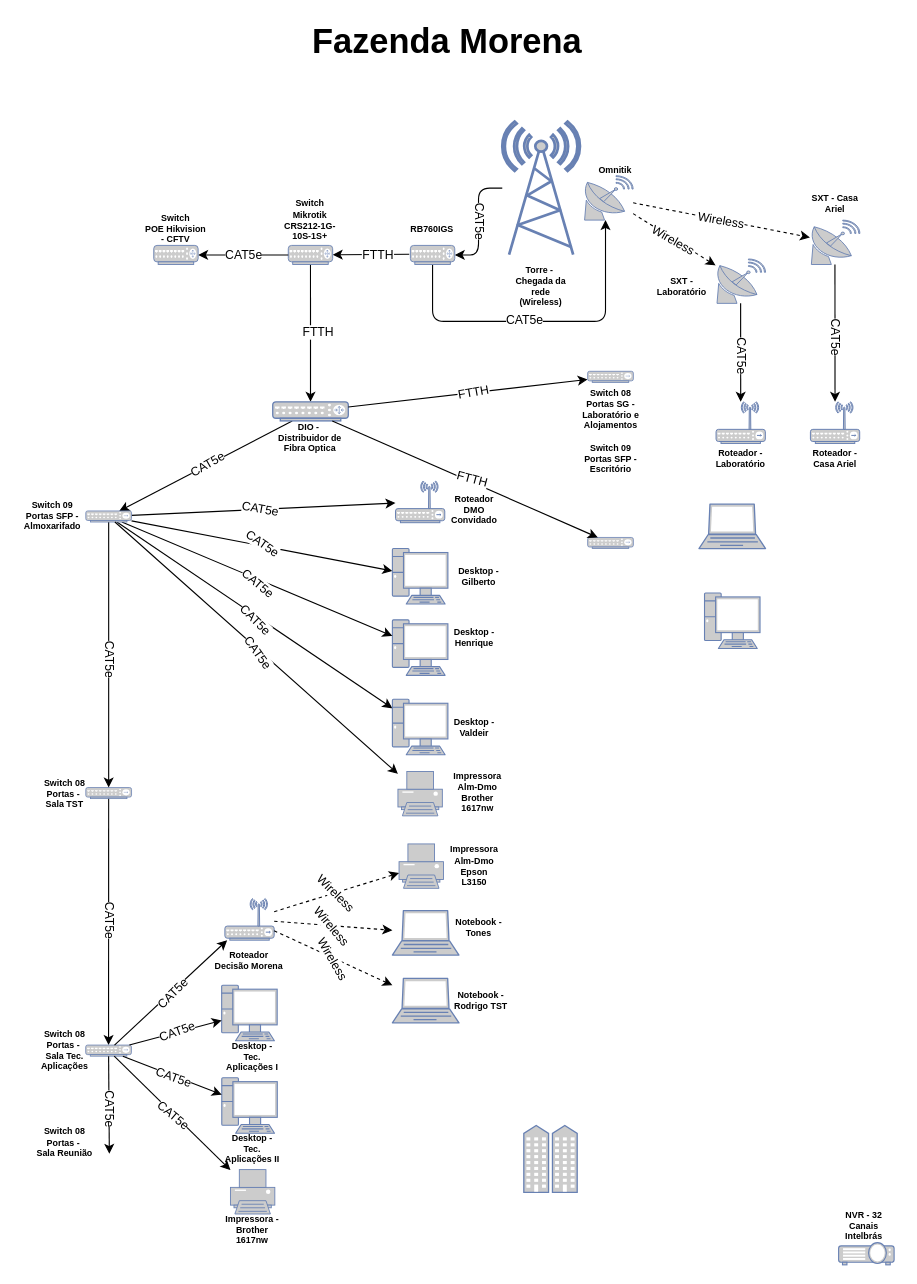
This is Diagrama Rede Morena.drawio from AlbertoPontes/Fluxogramas, a draw.io file, before an edit. Source tidied: cells renumbered, new cells numbered last; positions are measured from the earlier drawing's top-left corner, leaving out a move shared by most shapes. Both pictures are drawn from the tidied source at 111%, with x=0, y=0 at pixel (19, 19).
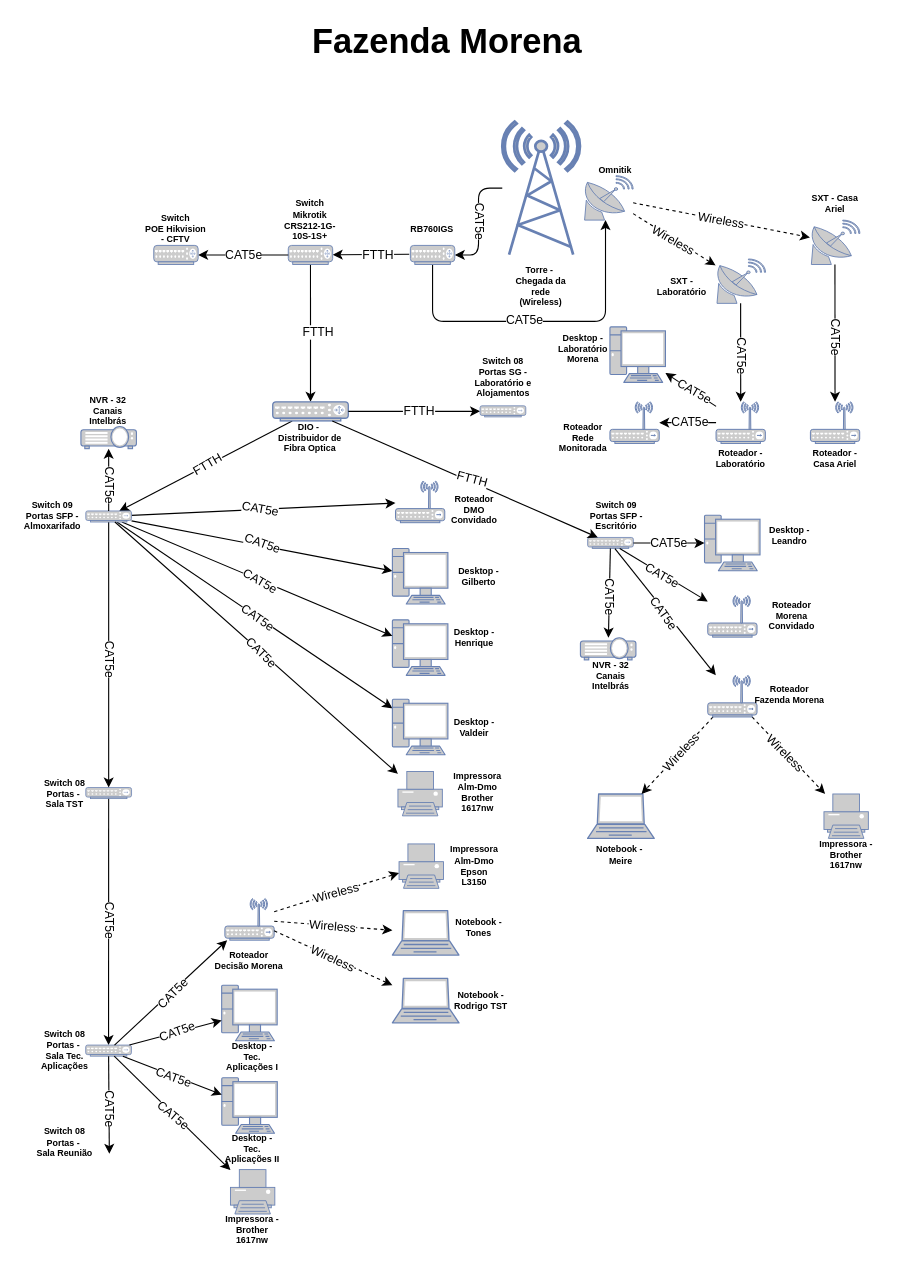
The same diagram, later.

The change refers to these unchanged cells:
```xml
<mxCell id="14" style="endArrow=classic;html=1;rounded=1;" parent="1" edge="1" source="62" target="59">
  <mxGeometry relative="1" as="geometry" />
</mxCell>
<mxCell id="18" style="endArrow=classic;html=1;rounded=1;" parent="1" edge="1" source="59" target="68">
  <mxGeometry relative="1" as="geometry" />
</mxCell>
<mxCell id="25" style="endArrow=classic;html=1;rounded=1;" parent="1" edge="1" source="59" target="7">
  <mxGeometry relative="1" as="geometry" />
</mxCell>
<mxCell id="27" style="endArrow=classic;html=1;rounded=1;" parent="1" edge="1" source="59" target="70">
  <mxGeometry relative="1" as="geometry" />
</mxCell>
<mxCell id="51" style="fontColor=#0066CC;verticalAlign=top;verticalLabelPosition=bottom;labelPosition=center;align=center;html=1;outlineConnect=0;fillColor=#CCCCCC;strokeColor=#6881B3;gradientColor=none;gradientDirection=north;strokeWidth=2;shape=mxgraph.networks.wireless_hub;rounded=1;" parent="1" vertex="1">
  <mxGeometry x="627.6" y="344.5" width="44.4" height="37.5" as="geometry" />
</mxCell>
<mxCell id="59" style="fontColor=#0066CC;verticalAlign=top;verticalLabelPosition=bottom;labelPosition=center;align=center;html=1;outlineConnect=0;fillColor=#CCCCCC;strokeColor=#6881B3;gradientColor=none;gradientDirection=north;strokeWidth=2;shape=mxgraph.networks.hub;rounded=1;" parent="1" vertex="1">
  <mxGeometry x="59.8" y="442.8" width="41.2" height="10" as="geometry" />
</mxCell>
<mxCell id="75" style="endArrow=classic;html=1;rounded=1;" parent="1" edge="1" source="59" target="73">
  <mxGeometry relative="1" as="geometry" />
</mxCell>
<mxCell id="77" style="endArrow=classic;html=1;rounded=1;strokeColor=default;dashed=1;" parent="1" edge="1" source="88" target="84">
  <mxGeometry relative="1" as="geometry" />
</mxCell>
<mxCell id="80" style="endArrow=classic;html=1;rounded=1;strokeColor=default;dashed=1;" parent="1" edge="1" source="88" target="79">
  <mxGeometry relative="1" as="geometry" />
</mxCell>
<mxCell id="97" style="endArrow=classic;html=1;rounded=1;strokeColor=default;dashed=1;" parent="1" edge="1" source="88" target="95">
  <mxGeometry relative="1" as="geometry" />
</mxCell>
<mxCell id="107" style="endArrow=classic;html=1;rounded=1;" parent="1" edge="1" source="62" target="109">
  <mxGeometry relative="1" as="geometry" />
</mxCell>
<mxCell id="111" style="fontColor=#0066CC;verticalAlign=top;verticalLabelPosition=bottom;labelPosition=center;align=center;html=1;outlineConnect=0;fillColor=#CCCCCC;strokeColor=#6881B3;gradientColor=none;gradientDirection=north;strokeWidth=2;shape=mxgraph.networks.hub;rounded=1;" parent="1" vertex="1">
  <mxGeometry x="511.9" y="466.7" width="41.2" height="10" as="geometry" />
</mxCell>
```

Change to the diagram source:
```diff
@@
-    <mxCell id="15" value="CAT5e" style="edgeLabel;html=1;align=center;verticalAlign=middle;rotation=-30;rounded=1;" parent="14" vertex="1">
+    <mxCell id="15" value="FTTH" style="edgeLabel;html=1;align=center;verticalAlign=middle;rotation=-30;rounded=1;" parent="14" vertex="1">
       <mxGeometry relative="1" as="geometry">
         <mxPoint x="1" y="-2" as="offset" />
       </mxGeometry>
     </mxCell>
@@
-    <mxCell id="19" value="CAT5e" style="edgeLabel;html=1;align=center;verticalAlign=middle;rotation=35;rounded=1;" parent="18" vertex="1">
+    <mxCell id="19" value="CAT5e" style="edgeLabel;html=1;align=center;verticalAlign=middle;rotation=20;rounded=1;" parent="18" vertex="1">
       <mxGeometry relative="1" as="geometry">
         <mxPoint y="-3" as="offset" />
       </mxGeometry>
     </mxCell>
@@
-    <mxCell id="26" value="CAT5e" style="edgeLabel;html=1;align=center;verticalAlign=middle;rotation=40;rounded=1;" parent="25" vertex="1">
+    <mxCell id="26" value="CAT5e" style="edgeLabel;html=1;align=center;verticalAlign=middle;rotation=30;rounded=1;" parent="25" vertex="1">
       <mxGeometry relative="1" as="geometry">
-        <mxPoint x="1" y="3" as="offset" />
+        <mxPoint x="3" y="1" as="offset" />
       </mxGeometry>
     </mxCell>
@@
-    <mxCell id="28" value="CAT5e" style="edgeLabel;html=1;align=center;verticalAlign=middle;rotation=45;rounded=1;" parent="27" vertex="1">
+    <mxCell id="28" value="CAT5e" style="edgeLabel;html=1;align=center;verticalAlign=middle;rotation=35;rounded=1;" parent="27" vertex="1">
       <mxGeometry relative="1" as="geometry">
-        <mxPoint x="1" y="3" as="offset" />
+        <mxPoint x="3" y="1" as="offset" />
       </mxGeometry>
     </mxCell>
@@
-    <mxCell id="54" style="fontColor=#0066CC;verticalAlign=top;verticalLabelPosition=bottom;labelPosition=center;align=center;html=1;fillColor=#CCCCCC;strokeColor=#6881B3;gradientColor=none;gradientDirection=north;strokeWidth=2;shape=mxgraph.networks.community;rounded=1;" parent="1" vertex="1">
-      <mxGeometry x="454.4" y="996.5" width="48.1" height="60.3" as="geometry" />
-    </mxCell>
     <mxCell id="55" style="fontColor=#0066CC;verticalAlign=top;verticalLabelPosition=bottom;labelPosition=center;align=center;html=1;outlineConnect=0;fillColor=#CCCCCC;strokeColor=#6881B3;gradientColor=none;gradientDirection=north;strokeWidth=2;shape=mxgraph.networks.video_projector;rounded=1;" parent="1" vertex="1">
-      <mxGeometry x="738" y="1102" width="50" height="20" as="geometry" />
+      <mxGeometry x="505.4" y="557" width="50" height="20" as="geometry" />
     </mxCell>
@@
     <mxCell id="58" value="NVR - 32 Canais Intelbrás" style="text;html=1;strokeColor=none;fillColor=none;align=center;verticalAlign=middle;whiteSpace=wrap;rounded=1;fontSize=8;fontStyle=1;" parent="1" vertex="1">
-      <mxGeometry x="731.3" y="1072" width="60" height="30" as="geometry" />
+      <mxGeometry x="502.5" y="577" width="60" height="30" as="geometry" />
     </mxCell>
@@
-    <mxCell id="76" value="CAT5e" style="edgeLabel;html=1;align=center;verticalAlign=middle;rotation=55;rounded=1;" parent="75" vertex="1">
+    <mxCell id="76" value="CAT5e" style="edgeLabel;html=1;align=center;verticalAlign=middle;rotation=45;rounded=1;" parent="75" vertex="1">
       <mxGeometry relative="1" as="geometry">
-        <mxPoint x="1" y="3" as="offset" />
+        <mxPoint x="4" y="3" as="offset" />
       </mxGeometry>
     </mxCell>
@@
-    <mxCell id="78" value="Wireless" style="edgeLabel;html=1;align=center;verticalAlign=middle;rotation=50;rounded=1;" parent="77" vertex="1">
+    <mxCell id="78" value="Wireless" style="edgeLabel;html=1;align=center;verticalAlign=middle;rotation=5;rounded=1;" parent="77" vertex="1">
       <mxGeometry relative="1" as="geometry">
         <mxPoint x="-1" as="offset" />
       </mxGeometry>
     </mxCell>
@@
-    <mxCell id="81" value="Wireless" style="edgeLabel;html=1;align=center;verticalAlign=middle;rotation=45;rounded=1;" parent="80" vertex="1">
+    <mxCell id="81" value="Wireless" style="edgeLabel;html=1;align=center;verticalAlign=middle;rotation=-15;rounded=1;" parent="80" vertex="1">
       <mxGeometry relative="1" as="geometry">
         <mxPoint x="-1" as="offset" />
       </mxGeometry>
     </mxCell>
@@
-    <mxCell id="98" value="Wireless" style="edgeLabel;html=1;align=center;verticalAlign=middle;rotation=60;rounded=1;" parent="97" vertex="1">
+    <mxCell id="98" value="Wireless" style="edgeLabel;html=1;align=center;verticalAlign=middle;rotation=25;rounded=1;" parent="97" vertex="1">
       <mxGeometry relative="1" as="geometry">
         <mxPoint x="-1" as="offset" />
       </mxGeometry>
     </mxCell>
@@
-    <mxCell id="108" value="FTTH" style="edgeLabel;html=1;align=center;verticalAlign=middle;rotation=-10;rounded=1;" parent="107" vertex="1">
+    <mxCell id="108" value="FTTH" style="edgeLabel;html=1;align=center;verticalAlign=middle;rotation=0;rounded=1;" parent="107" vertex="1">
       <mxGeometry relative="1" as="geometry">
         <mxPoint x="4" y="-1" as="offset" />
       </mxGeometry>
     </mxCell>
     <mxCell id="109" style="fontColor=#0066CC;verticalAlign=top;verticalLabelPosition=bottom;labelPosition=center;align=center;html=1;outlineConnect=0;fillColor=#CCCCCC;strokeColor=#6881B3;gradientColor=none;gradientDirection=north;strokeWidth=2;shape=mxgraph.networks.hub;rounded=1;" parent="1" vertex="1">
-      <mxGeometry x="511.9" y="317" width="41.2" height="10" as="geometry" />
+      <mxGeometry x="415" y="348.1" width="41.2" height="10" as="geometry" />
     </mxCell>
     <mxCell id="110" value="Switch 09 Portas SFP - Escritório" style="text;html=1;strokeColor=none;fillColor=none;align=center;verticalAlign=middle;whiteSpace=wrap;rounded=1;fontSize=8;fontStyle=1;" parent="1" vertex="1">
-      <mxGeometry x="502.6" y="380.8" width="60" height="30" as="geometry" />
+      <mxGeometry x="507.9" y="432.7" width="60" height="30" as="geometry" />
     </mxCell>
@@
     <mxCell id="114" value="Switch 08 Portas SG - Laboratório e Alojamentos" style="text;html=1;strokeColor=none;fillColor=none;align=center;verticalAlign=middle;whiteSpace=wrap;rounded=1;fontSize=8;fontStyle=1;" parent="1" vertex="1">
-      <mxGeometry x="502.6" y="337" width="60" height="30" as="geometry" />
+      <mxGeometry x="405.6" y="308.1" width="60" height="30" as="geometry" />
     </mxCell>
     <mxCell id="115" style="fontColor=#0066CC;verticalAlign=top;verticalLabelPosition=bottom;labelPosition=center;align=center;html=1;outlineConnect=0;fillColor=#CCCCCC;strokeColor=#6881B3;gradientColor=none;gradientDirection=north;strokeWidth=2;shape=mxgraph.networks.pc;rounded=1;" parent="1" vertex="1">
-      <mxGeometry x="617.2" y="516.7" width="50" height="50" as="geometry" />
+      <mxGeometry x="617.2" y="446.7" width="50" height="50" as="geometry" />
     </mxCell>
     <mxCell id="116" style="fontColor=#0066CC;verticalAlign=top;verticalLabelPosition=bottom;labelPosition=center;align=center;html=1;outlineConnect=0;fillColor=#CCCCCC;strokeColor=#6881B3;gradientColor=none;gradientDirection=north;strokeWidth=2;shape=mxgraph.networks.laptop;rounded=1;" parent="1" vertex="1">
-      <mxGeometry x="612.2" y="436.7" width="60" height="40" as="geometry" />
+      <mxGeometry x="511.9" y="697.8" width="60" height="40" as="geometry" />
     </mxCell>
+    <mxCell id="117" style="fontColor=#0066CC;verticalAlign=top;verticalLabelPosition=bottom;labelPosition=center;align=center;html=1;outlineConnect=0;fillColor=#CCCCCC;strokeColor=#6881B3;gradientColor=none;gradientDirection=north;strokeWidth=2;shape=mxgraph.networks.printer;rounded=1;" parent="1" vertex="1">
+      <mxGeometry x="724.8" y="697.8" width="40" height="40" as="geometry" />
+    </mxCell>
+    <mxCell id="118" style="endArrow=classic;html=1;rounded=1;" parent="1" edge="1" source="111" target="115">
+      <mxGeometry relative="1" as="geometry" />
+    </mxCell>
+    <mxCell id="119" value="CAT5e" style="edgeLabel;html=1;align=center;verticalAlign=middle;rotation=0;rounded=1;" parent="118" vertex="1">
+      <mxGeometry relative="1" as="geometry">
+        <mxPoint x="-1" as="offset" />
+      </mxGeometry>
+    </mxCell>
+    <mxCell id="120" style="endArrow=classic;html=1;rounded=1;strokeColor=default;dashed=1;" parent="1" edge="1" source="124" target="116">
+      <mxGeometry relative="1" as="geometry" />
+    </mxCell>
+    <mxCell id="121" value="Wireless" style="edgeLabel;html=1;align=center;verticalAlign=middle;rotation=-47;rounded=1;" parent="120" vertex="1">
+      <mxGeometry relative="1" as="geometry">
+        <mxPoint x="2" y="-2" as="offset" />
+      </mxGeometry>
+    </mxCell>
+    <mxCell id="122" style="endArrow=classic;html=1;rounded=1;strokeColor=default;dashed=1;" parent="1" edge="1" source="124" target="117">
+      <mxGeometry relative="1" as="geometry" />
+    </mxCell>
+    <mxCell id="123" value="Wireless" style="edgeLabel;html=1;align=center;verticalAlign=middle;rotation=45;rounded=1;" parent="122" vertex="1">
+      <mxGeometry relative="1" as="geometry">
+        <mxPoint x="-3" y="-3" as="offset" />
+      </mxGeometry>
+    </mxCell>
+    <mxCell id="124" style="fontColor=#0066CC;verticalAlign=top;verticalLabelPosition=bottom;labelPosition=center;align=center;html=1;outlineConnect=0;fillColor=#CCCCCC;strokeColor=#6881B3;gradientColor=none;gradientDirection=north;strokeWidth=2;shape=mxgraph.networks.wireless_hub;rounded=1;" parent="1" vertex="1">
+      <mxGeometry x="620.1" y="590.9" width="44.4" height="37.5" as="geometry" />
+    </mxCell>
+    <mxCell id="125" style="fontColor=#0066CC;verticalAlign=top;verticalLabelPosition=bottom;labelPosition=center;align=center;html=1;outlineConnect=0;fillColor=#CCCCCC;strokeColor=#6881B3;gradientColor=none;gradientDirection=north;strokeWidth=2;shape=mxgraph.networks.wireless_hub;rounded=1;" parent="1" vertex="1">
+      <mxGeometry x="620.1" y="519" width="44.4" height="37.5" as="geometry" />
+    </mxCell>
+    <mxCell id="126" style="endArrow=classic;html=1;rounded=1;" parent="1" edge="1" source="111" target="125">
+      <mxGeometry relative="1" as="geometry" />
+    </mxCell>
+    <mxCell id="127" value="CAT5e" style="edgeLabel;html=1;align=center;verticalAlign=middle;rotation=30;rounded=1;" parent="126" vertex="1">
+      <mxGeometry relative="1" as="geometry">
+        <mxPoint x="-1" as="offset" />
+      </mxGeometry>
+    </mxCell>
+    <mxCell id="128" style="endArrow=classic;html=1;rounded=1;" parent="1" edge="1" source="111" target="124">
+      <mxGeometry relative="1" as="geometry" />
+    </mxCell>
+    <mxCell id="129" value="CAT5e" style="edgeLabel;html=1;align=center;verticalAlign=middle;rotation=55;rounded=1;" parent="128" vertex="1">
+      <mxGeometry relative="1" as="geometry">
+        <mxPoint x="-1" as="offset" />
+      </mxGeometry>
+    </mxCell>
+    <mxCell id="130" value="Desktop - Leandro" style="text;html=1;strokeColor=none;fillColor=none;align=center;verticalAlign=middle;whiteSpace=wrap;rounded=1;fontSize=8;fontStyle=1;" parent="1" vertex="1">
+      <mxGeometry x="664.4" y="450" width="60" height="30" as="geometry" />
+    </mxCell>
+    <mxCell id="131" value="Roteador&lt;br&gt;Fazenda Morena" style="text;html=1;strokeColor=none;fillColor=none;align=center;verticalAlign=middle;whiteSpace=wrap;rounded=1;fontSize=8;fontStyle=1;" parent="1" vertex="1">
+      <mxGeometry x="659.4" y="592.5" width="70" height="30" as="geometry" />
+    </mxCell>
+    <mxCell id="132" value="Roteador&lt;br&gt;Morena Convidado" style="text;html=1;strokeColor=none;fillColor=none;align=center;verticalAlign=middle;whiteSpace=wrap;rounded=1;fontSize=8;fontStyle=1;" parent="1" vertex="1">
+      <mxGeometry x="661.3" y="522.8" width="70" height="30" as="geometry" />
+    </mxCell>
+    <mxCell id="133" style="fontColor=#0066CC;verticalAlign=top;verticalLabelPosition=bottom;labelPosition=center;align=center;html=1;outlineConnect=0;fillColor=#CCCCCC;strokeColor=#6881B3;gradientColor=none;gradientDirection=north;strokeWidth=2;shape=mxgraph.networks.video_projector;rounded=1;" parent="1" vertex="1">
+      <mxGeometry x="55.4" y="366.7" width="50" height="20" as="geometry" />
+    </mxCell>
+    <mxCell id="134" value="NVR - 32 Canais Intelbrás" style="text;html=1;strokeColor=none;fillColor=none;align=center;verticalAlign=middle;whiteSpace=wrap;rounded=1;fontSize=8;fontStyle=1;" parent="1" vertex="1">
+      <mxGeometry x="50.4" y="338.1" width="60" height="30" as="geometry" />
+    </mxCell>
+    <mxCell id="135" style="endArrow=classic;html=1;rounded=1;" parent="1" edge="1" source="111" target="55">
+      <mxGeometry relative="1" as="geometry" />
+    </mxCell>
+    <mxCell id="136" value="CAT5e" style="edgeLabel;html=1;align=center;verticalAlign=middle;rotation=90;rounded=1;" parent="135" vertex="1">
+      <mxGeometry relative="1" as="geometry">
+        <mxPoint x="1" y="3" as="offset" />
+      </mxGeometry>
+    </mxCell>
+    <mxCell id="137" style="endArrow=classic;html=1;rounded=1;" parent="1" edge="1" source="59" target="133">
+      <mxGeometry relative="1" as="geometry" />
+    </mxCell>
+    <mxCell id="138" value="CAT5e" style="edgeLabel;html=1;align=center;verticalAlign=middle;rotation=90;rounded=1;" parent="137" vertex="1">
+      <mxGeometry relative="1" as="geometry">
+        <mxPoint x="1" y="4" as="offset" />
+      </mxGeometry>
+    </mxCell>
+    <mxCell id="139" value="Notebook -&amp;nbsp;&lt;br&gt;Meire" style="text;html=1;strokeColor=none;fillColor=none;align=center;verticalAlign=middle;whiteSpace=wrap;rounded=1;fontSize=8;fontStyle=1;" parent="1" vertex="1">
+      <mxGeometry x="511.9" y="737.8" width="60" height="30" as="geometry" />
+    </mxCell>
+    <mxCell id="140" value="Impressora -&lt;br&gt;Brother 1617nw" style="text;html=1;strokeColor=none;fillColor=none;align=center;verticalAlign=middle;whiteSpace=wrap;rounded=1;fontSize=8;fontStyle=1;" parent="1" vertex="1">
+      <mxGeometry x="714.8" y="737.8" width="60" height="30" as="geometry" />
+    </mxCell>
+    <mxCell id="141" style="fontColor=#0066CC;verticalAlign=top;verticalLabelPosition=bottom;labelPosition=center;align=center;html=1;outlineConnect=0;fillColor=#CCCCCC;strokeColor=#6881B3;gradientColor=none;gradientDirection=north;strokeWidth=2;shape=mxgraph.networks.pc;rounded=1;" parent="1" vertex="1">
+      <mxGeometry x="532" y="277" width="50" height="50" as="geometry" />
+    </mxCell>
+    <mxCell id="142" style="fontColor=#0066CC;verticalAlign=top;verticalLabelPosition=bottom;labelPosition=center;align=center;html=1;outlineConnect=0;fillColor=#CCCCCC;strokeColor=#6881B3;gradientColor=none;gradientDirection=north;strokeWidth=2;shape=mxgraph.networks.wireless_hub;rounded=1;" parent="1" vertex="1">
+      <mxGeometry x="532" y="344.5" width="44.4" height="37.5" as="geometry" />
+    </mxCell>
+    <mxCell id="143" value="Roteador&lt;br&gt;Rede&lt;br&gt;Monitorada" style="text;html=1;strokeColor=none;fillColor=none;align=center;verticalAlign=middle;whiteSpace=wrap;rounded=1;fontSize=8;fontStyle=1;" parent="1" vertex="1">
+      <mxGeometry x="472.6" y="361.7" width="70" height="30" as="geometry" />
+    </mxCell>
+    <mxCell id="144" value="Desktop - Laboratório&lt;br&gt;Morena" style="text;html=1;strokeColor=none;fillColor=none;align=center;verticalAlign=middle;whiteSpace=wrap;rounded=1;fontSize=8;fontStyle=1;" parent="1" vertex="1">
+      <mxGeometry x="477.6" y="282" width="60" height="30" as="geometry" />
+    </mxCell>
+    <mxCell id="145" style="endArrow=classic;html=1;rounded=1;" parent="1" edge="1" source="51" target="141">
+      <mxGeometry relative="1" as="geometry" />
+    </mxCell>
+    <mxCell id="146" value="CAT5e" style="edgeLabel;html=1;align=center;verticalAlign=middle;rotation=30;rounded=1;" parent="145" vertex="1">
+      <mxGeometry relative="1" as="geometry">
+        <mxPoint x="3" y="1" as="offset" />
+      </mxGeometry>
+    </mxCell>
+    <mxCell id="147" style="endArrow=classic;html=1;rounded=1;" parent="1" edge="1" source="51" target="142">
+      <mxGeometry relative="1" as="geometry" />
+    </mxCell>
+    <mxCell id="148" value="CAT5e" style="edgeLabel;html=1;align=center;verticalAlign=middle;rotation=0;rounded=1;" parent="147" vertex="1">
+      <mxGeometry relative="1" as="geometry">
+        <mxPoint x="2" y="-1" as="offset" />
+      </mxGeometry>
+    </mxCell>
```
